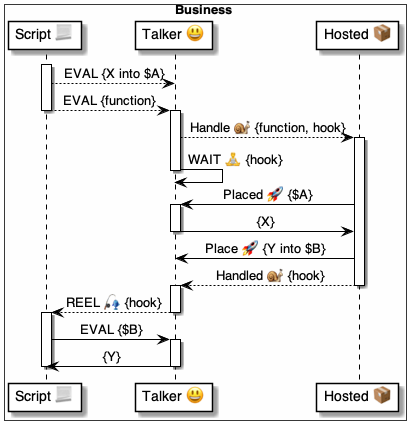
Before: 4 ⚙️ Solution/35 💬 Chats/Talkers 😃/😃⏩ Talker flows/Manage Holders 📦⏩😃/😃 Holders ⚙️ uml.png, a diagram exported from PlantUML (pollyweb-org/pollyweb-docs). Its source is kept beside it as 4 ⚙️ Solution/35 💬 Chats/Talkers 😃/😃⏩ Talker flows/Manage Holders 📦⏩😃/😃 Holders ⚙️ uml.puml. Source of this version:
```plantuml
@startuml Handle

box Business #FFFFFA
    participant "Script 📃" as script
    participant "Talker 😃" as talker

    participant "Hosted 📦" as hosted
end box

activate script
    script --> talker: EVAL {X into $A}
    script --> talker: EVAL {function}
deactivate script


activate talker
    talker --> hosted: Handle 🐌 {function, hook}
activate hosted
    talker -> talker: WAIT 🧘 {hook}
deactivate talker

    hosted -> talker: Placed 🚀 {$A}

    activate talker
        talker -> hosted: {X}
    deactivate talker

    hosted -> talker: Place 🚀 {Y into $B}

    hosted --> talker: Handled 🐌 {hook}
deactivate hosted

activate talker
    talker --> script: REEL 🎣 {hook}
deactivate talker

activate script
    script -> talker: EVAL {$B}
activate talker
    talker -> script: {Y}
deactivate talker
deactivate script


@enduml
```
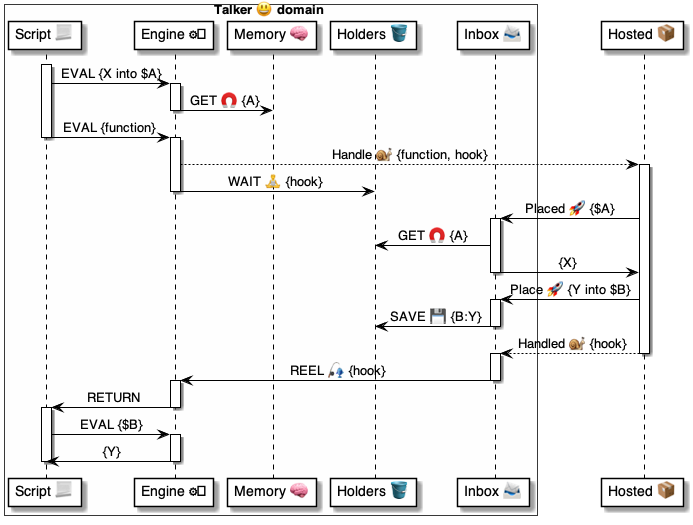
After the commit.

Diff of the diagram source:
```diff
@@ -1,44 +1,59 @@
 @startuml Handle
 
-box Business #FFFFFA
+box Talker 😃 domain #FFFFFA
     participant "Script 📃" as script
-    participant "Talker 😃" as talker
-
-    participant "Hosted 📦" as hosted
+    participant "Engine ⚙️" as engine
+    participant "Memory 🧠" as memory
+    participant "Holders 🪣" as holders
+    participant "Inbox 📨" as inbox
 end box
 
+participant "Hosted 📦" as hosted
+
 activate script
-    script --> talker: EVAL {X into $A}
-    script --> talker: EVAL {function}
+    script -> engine: EVAL {X into $A}
+    activate engine
+        engine -> memory: GET 🧲 {A}
+    deactivate engine
+
+    script -> engine: EVAL {function}
 deactivate script
 
 
-activate talker
-    talker --> hosted: Handle 🐌 {function, hook}
+activate engine
+    engine --> hosted: Handle 🐌 {function, hook}
 activate hosted
-    talker -> talker: WAIT 🧘 {hook}
-deactivate talker
+    engine -> holders: WAIT 🧘 {hook}
+deactivate engine
 
-    hosted -> talker: Placed 🚀 {$A}
+    hosted -> inbox: Placed 🚀 {$A}
 
-    activate talker
-        talker -> hosted: {X}
-    deactivate talker
+    activate inbox
+        inbox -> holders: GET 🧲 {A}
+        inbox -> hosted: {X}
+    deactivate inbox
 
-    hosted -> talker: Place 🚀 {Y into $B}
+    hosted -> inbox: Place 🚀 {Y into $B}
+    activate inbox
+        inbox -> holders: SAVE 💾 {B:Y}
+    deactivate inbox
 
-    hosted --> talker: Handled 🐌 {hook}
+    hosted --> inbox: Handled 🐌 {hook}
 deactivate hosted
 
-activate talker
-    talker --> script: REEL 🎣 {hook}
-deactivate talker
+activate inbox
+    inbox -> engine: REEL 🎣 {hook}
+deactivate inbox
+
+activate engine
+    engine -> script: RETURN
+deactivate engine
 
 activate script
-    script -> talker: EVAL {$B}
-activate talker
-    talker -> script: {Y}
-deactivate talker
+    script -> engine: EVAL {$B}
+activate engine
+    engine -> script: {Y}
+deactivate engine
 deactivate script
 
 
```
